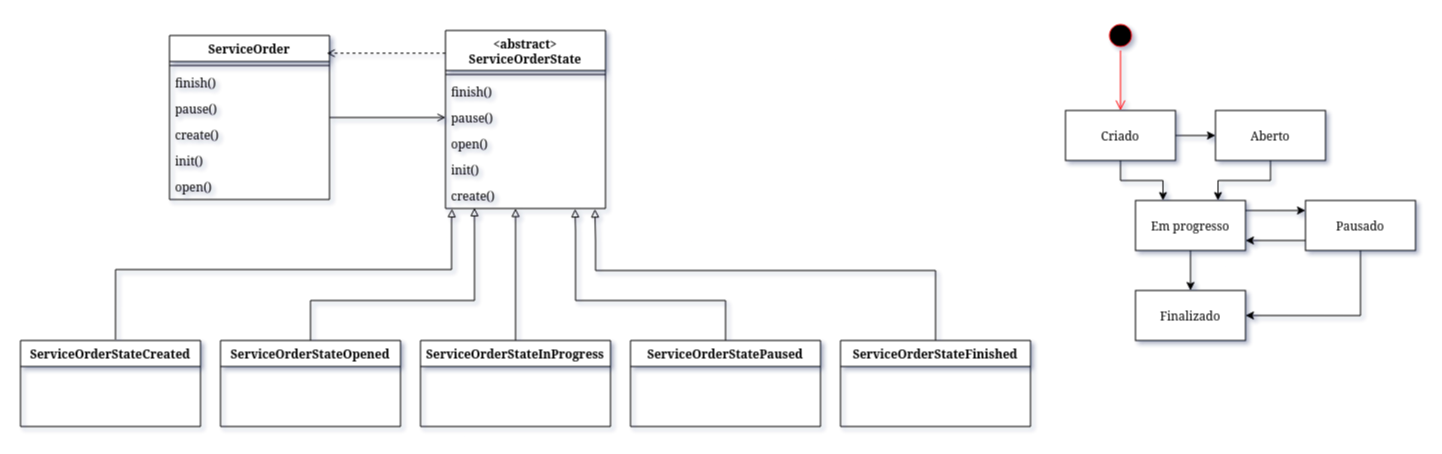
The draw.io diagram src/main/java/org/example/diagram/atv2.drawio.png in rhuannascimento/atv2-AA-Engenharia-de-Software, before a commit. Source tidied: cells renumbered, new cells last; positions are measured from the earlier drawing's top-left corner, leaving out a move shared by most shapes. Its diagram source:
```xml
<mxGraphModel>
  <root>
    <mxCell id="0" />
    <mxCell id="1" parent="0" />
    <mxCell id="2" value="&amp;lt;abstract&amp;gt;&lt;div&gt;ServiceOrderState&lt;/div&gt;&lt;div&gt;&lt;br&gt;&lt;/div&gt;" style="swimlane;fontStyle=1;align=center;verticalAlign=top;horizontal=1;startSize=40;whiteSpace=wrap;html=1;" parent="1" vertex="1">
      <mxGeometry x="425" y="10" width="160" height="178" as="geometry" />
    </mxCell>
    <mxCell id="3" style="line;strokeWidth=1;fillColor=none;align=left;verticalAlign=middle;spacingTop=-1;spacingLeft=3;spacingRight=3;labelPosition=right;strokeColor=inherit;" parent="2" vertex="1">
      <mxGeometry y="40" width="160" height="8" as="geometry" />
    </mxCell>
    <mxCell id="4" value="finish()" style="text;strokeColor=none;fillColor=none;align=left;verticalAlign=top;spacingLeft=4;spacingRight=4;overflow=hidden;whiteSpace=wrap;html=1;" parent="2" vertex="1">
      <mxGeometry y="48" width="160" height="26" as="geometry" />
    </mxCell>
    <mxCell id="5" value="pause()" style="text;strokeColor=none;fillColor=none;align=left;verticalAlign=top;spacingLeft=4;spacingRight=4;overflow=hidden;points=[[0,0.5],[1,0.5]];portConstraint=eastwest;whiteSpace=wrap;html=1;" parent="2" vertex="1">
      <mxGeometry y="74" width="160" height="26" as="geometry" />
    </mxCell>
    <mxCell id="6" value="open()" style="text;strokeColor=none;fillColor=none;align=left;verticalAlign=top;spacingLeft=4;spacingRight=4;overflow=hidden;whiteSpace=wrap;html=1;" parent="2" vertex="1">
      <mxGeometry y="100" width="160" height="26" as="geometry" />
    </mxCell>
    <mxCell id="7" value="init()" style="text;strokeColor=none;fillColor=none;align=left;verticalAlign=top;spacingLeft=4;spacingRight=4;overflow=hidden;whiteSpace=wrap;html=1;" parent="2" vertex="1">
      <mxGeometry y="126" width="160" height="26" as="geometry" />
    </mxCell>
    <mxCell id="8" value="create()" style="text;strokeColor=none;fillColor=none;align=left;verticalAlign=top;spacingLeft=4;spacingRight=4;overflow=hidden;points=[[0,0.5],[1,0.5]];portConstraint=eastwest;whiteSpace=wrap;html=1;" parent="2" vertex="1">
      <mxGeometry y="152" width="160" height="26" as="geometry" />
    </mxCell>
    <mxCell id="9" style="edgeStyle=orthogonalEdgeStyle;rounded=0;jettySize=auto;html=1;entryX=0;entryY=0.5;entryDx=0;entryDy=0;endArrow=open;endFill=0;" parent="1" edge="1" source="10" target="5">
      <mxGeometry relative="1" as="geometry" />
    </mxCell>
    <mxCell id="10" value="&lt;div&gt;ServiceOrder&lt;/div&gt;&lt;div&gt;&lt;br&gt;&lt;/div&gt;" style="swimlane;fontStyle=1;align=center;verticalAlign=top;horizontal=1;startSize=26;whiteSpace=wrap;html=1;" parent="1" vertex="1">
      <mxGeometry x="149" y="15" width="160" height="164" as="geometry" />
    </mxCell>
    <mxCell id="11" style="line;strokeWidth=1;fillColor=none;align=left;verticalAlign=middle;spacingTop=-1;spacingLeft=3;spacingRight=3;labelPosition=right;strokeColor=inherit;" parent="10" vertex="1">
      <mxGeometry y="26" width="160" height="8" as="geometry" />
    </mxCell>
    <mxCell id="12" value="finish()" style="text;strokeColor=none;fillColor=none;align=left;verticalAlign=top;spacingLeft=4;spacingRight=4;overflow=hidden;whiteSpace=wrap;html=1;" parent="10" vertex="1">
      <mxGeometry y="34" width="160" height="26" as="geometry" />
    </mxCell>
    <mxCell id="13" value="pause()" style="text;strokeColor=none;fillColor=none;align=left;verticalAlign=top;spacingLeft=4;spacingRight=4;overflow=hidden;whiteSpace=wrap;html=1;" parent="10" vertex="1">
      <mxGeometry y="60" width="160" height="26" as="geometry" />
    </mxCell>
    <mxCell id="14" value="create()" style="text;strokeColor=none;fillColor=none;align=left;verticalAlign=top;spacingLeft=4;spacingRight=4;overflow=hidden;whiteSpace=wrap;html=1;" parent="10" vertex="1">
      <mxGeometry y="86" width="160" height="26" as="geometry" />
    </mxCell>
    <mxCell id="15" value="init()" style="text;strokeColor=none;fillColor=none;align=left;verticalAlign=top;spacingLeft=4;spacingRight=4;overflow=hidden;whiteSpace=wrap;html=1;" parent="10" vertex="1">
      <mxGeometry y="112" width="160" height="26" as="geometry" />
    </mxCell>
    <mxCell id="16" value="open()" style="text;strokeColor=none;fillColor=none;align=left;verticalAlign=top;spacingLeft=4;spacingRight=4;overflow=hidden;whiteSpace=wrap;html=1;" parent="10" vertex="1">
      <mxGeometry y="138" width="160" height="26" as="geometry" />
    </mxCell>
    <mxCell id="17" value="&lt;div&gt;ServiceOrderStateCreated&lt;/div&gt;&lt;div&gt;&lt;br&gt;&lt;/div&gt;" style="swimlane;fontStyle=1;align=center;verticalAlign=top;horizontal=1;startSize=26;whiteSpace=wrap;html=1;" parent="1" vertex="1">
      <mxGeometry y="320" width="180" height="86" as="geometry" />
    </mxCell>
    <mxCell id="18" style="edgeStyle=orthogonalEdgeStyle;rounded=0;jettySize=auto;html=1;endArrow=block;endFill=0;entryX=0.181;entryY=0.973;entryDx=0;entryDy=0;entryPerimeter=0;" parent="1" edge="1" source="19" target="8">
      <mxGeometry relative="1" as="geometry">
        <Array as="points">
          <mxPoint x="290" y="280" />
          <mxPoint x="454" y="280" />
          <mxPoint x="454" y="220" />
        </Array>
      </mxGeometry>
    </mxCell>
    <mxCell id="19" value="&lt;div&gt;ServiceOrderStateOpened&lt;/div&gt;" style="swimlane;fontStyle=1;align=center;verticalAlign=top;horizontal=1;startSize=26;whiteSpace=wrap;html=1;" parent="1" vertex="1">
      <mxGeometry x="200" y="320" width="180" height="86" as="geometry" />
    </mxCell>
    <mxCell id="20" style="edgeStyle=orthogonalEdgeStyle;rounded=0;jettySize=auto;html=1;endArrow=block;endFill=0;" parent="1" edge="1" source="21" target="8">
      <mxGeometry relative="1" as="geometry">
        <Array as="points">
          <mxPoint x="495" y="230" />
          <mxPoint x="495" y="230" />
        </Array>
      </mxGeometry>
    </mxCell>
    <mxCell id="21" value="&lt;div&gt;ServiceOrderStateInProgress&lt;/div&gt;" style="swimlane;fontStyle=1;align=center;verticalAlign=top;horizontal=1;startSize=26;whiteSpace=wrap;html=1;" parent="1" vertex="1">
      <mxGeometry x="400" y="320" width="190" height="86" as="geometry" />
    </mxCell>
    <mxCell id="22" value="&lt;div&gt;ServiceOrderStatePaused&lt;/div&gt;" style="swimlane;fontStyle=1;align=center;verticalAlign=top;horizontal=1;startSize=26;whiteSpace=wrap;html=1;" parent="1" vertex="1">
      <mxGeometry x="610" y="320" width="190" height="86" as="geometry" />
    </mxCell>
    <mxCell id="23" value="&lt;div&gt;ServiceOrderStateFinished&lt;/div&gt;" style="swimlane;fontStyle=1;align=center;verticalAlign=top;horizontal=1;startSize=26;whiteSpace=wrap;html=1;" parent="1" vertex="1">
      <mxGeometry x="820" y="320" width="190" height="86" as="geometry" />
    </mxCell>
    <mxCell id="24" style="ellipse;html=1;shape=startState;fillColor=#000000;strokeColor=#ff0000;" parent="1" vertex="1">
      <mxGeometry x="1085" width="30" height="30" as="geometry" />
    </mxCell>
    <mxCell id="25" style="edgeStyle=orthogonalEdgeStyle;html=1;verticalAlign=bottom;endArrow=open;endSize=8;strokeColor=#ff0000;rounded=0;entryX=0.5;entryY=0;entryDx=0;entryDy=0;" parent="1" edge="1" source="24" target="28">
      <mxGeometry relative="1" as="geometry" />
    </mxCell>
    <mxCell id="26" style="edgeStyle=orthogonalEdgeStyle;rounded=0;jettySize=auto;html=1;entryX=0.25;entryY=0;entryDx=0;entryDy=0;" parent="1" edge="1" source="28" target="33">
      <mxGeometry relative="1" as="geometry" />
    </mxCell>
    <mxCell id="27" style="edgeStyle=orthogonalEdgeStyle;rounded=0;jettySize=auto;html=1;" parent="1" edge="1" source="28" target="30">
      <mxGeometry relative="1" as="geometry" />
    </mxCell>
    <mxCell id="28" value="Criado" style="html=1;whiteSpace=wrap;" parent="1" vertex="1">
      <mxGeometry x="1045" y="90" width="110" height="50" as="geometry" />
    </mxCell>
    <mxCell id="29" style="edgeStyle=orthogonalEdgeStyle;rounded=0;jettySize=auto;html=1;entryX=0.75;entryY=0;entryDx=0;entryDy=0;" parent="1" edge="1" source="30" target="33">
      <mxGeometry relative="1" as="geometry" />
    </mxCell>
    <mxCell id="30" value="Aberto" style="html=1;whiteSpace=wrap;" parent="1" vertex="1">
      <mxGeometry x="1195" y="90" width="110" height="50" as="geometry" />
    </mxCell>
    <mxCell id="31" style="edgeStyle=orthogonalEdgeStyle;rounded=0;jettySize=auto;html=1;" parent="1" edge="1" source="33" target="36">
      <mxGeometry relative="1" as="geometry">
        <Array as="points">
          <mxPoint x="1255" y="190" />
          <mxPoint x="1255" y="190" />
        </Array>
      </mxGeometry>
    </mxCell>
    <mxCell id="32" style="edgeStyle=orthogonalEdgeStyle;rounded=0;jettySize=auto;html=1;entryX=0.5;entryY=0;entryDx=0;entryDy=0;" parent="1" edge="1" source="33" target="37">
      <mxGeometry relative="1" as="geometry" />
    </mxCell>
    <mxCell id="33" value="Em progresso" style="html=1;whiteSpace=wrap;" parent="1" vertex="1">
      <mxGeometry x="1115" y="180" width="110" height="50" as="geometry" />
    </mxCell>
    <mxCell id="34" style="edgeStyle=orthogonalEdgeStyle;rounded=0;orthogonalLoop=1;jettySize=auto;html=1;" parent="1" edge="1">
      <mxGeometry relative="1" as="geometry">
        <mxPoint x="1285" y="220" as="sourcePoint" />
        <mxPoint x="1225" y="220" as="targetPoint" />
      </mxGeometry>
    </mxCell>
    <mxCell id="35" style="edgeStyle=orthogonalEdgeStyle;rounded=0;jettySize=auto;html=1;entryX=1;entryY=0.5;entryDx=0;entryDy=0;" parent="1" edge="1" source="36" target="37">
      <mxGeometry relative="1" as="geometry">
        <Array as="points">
          <mxPoint x="1340" y="295" />
        </Array>
      </mxGeometry>
    </mxCell>
    <mxCell id="36" value="Pausado" style="html=1;whiteSpace=wrap;" parent="1" vertex="1">
      <mxGeometry x="1285" y="180" width="110" height="50" as="geometry" />
    </mxCell>
    <mxCell id="37" value="Finalizado" style="html=1;whiteSpace=wrap;" parent="1" vertex="1">
      <mxGeometry x="1115" y="270" width="110" height="50" as="geometry" />
    </mxCell>
    <mxCell id="38" style="edgeStyle=orthogonalEdgeStyle;rounded=0;jettySize=auto;html=1;entryX=0.041;entryY=1.013;entryDx=0;entryDy=0;entryPerimeter=0;endArrow=block;endFill=0;" parent="1" edge="1" target="8">
      <mxGeometry relative="1" as="geometry">
        <mxPoint x="95" y="319" as="sourcePoint" />
        <Array as="points">
          <mxPoint x="95" y="249" />
          <mxPoint x="431" y="249" />
          <mxPoint x="431" y="200" />
          <mxPoint x="432" y="200" />
        </Array>
      </mxGeometry>
    </mxCell>
    <mxCell id="39" style="edgeStyle=orthogonalEdgeStyle;rounded=0;jettySize=auto;html=1;entryX=0.81;entryY=1.018;entryDx=0;entryDy=0;entryPerimeter=0;endArrow=block;endFill=0;" parent="1" edge="1" source="22" target="8">
      <mxGeometry relative="1" as="geometry">
        <Array as="points">
          <mxPoint x="705" y="280" />
          <mxPoint x="555" y="280" />
          <mxPoint x="555" y="210" />
        </Array>
      </mxGeometry>
    </mxCell>
    <mxCell id="40" style="edgeStyle=orthogonalEdgeStyle;rounded=0;jettySize=auto;html=1;entryX=0.934;entryY=1.023;entryDx=0;entryDy=0;entryPerimeter=0;endArrow=block;endFill=0;" parent="1" edge="1" source="23" target="8">
      <mxGeometry relative="1" as="geometry">
        <Array as="points">
          <mxPoint x="915" y="250" />
          <mxPoint x="575" y="250" />
          <mxPoint x="575" y="220" />
          <mxPoint x="574" y="220" />
        </Array>
      </mxGeometry>
    </mxCell>
    <mxCell id="41" style="edgeStyle=orthogonalEdgeStyle;rounded=0;jettySize=auto;html=1;entryX=0.983;entryY=0.108;entryDx=0;entryDy=0;entryPerimeter=0;dashed=1;endArrow=open;endFill=0;" parent="1" edge="1" source="2" target="10">
      <mxGeometry relative="1" as="geometry">
        <Array as="points">
          <mxPoint x="367" y="33" />
        </Array>
      </mxGeometry>
    </mxCell>
  </root>
</mxGraphModel>
```
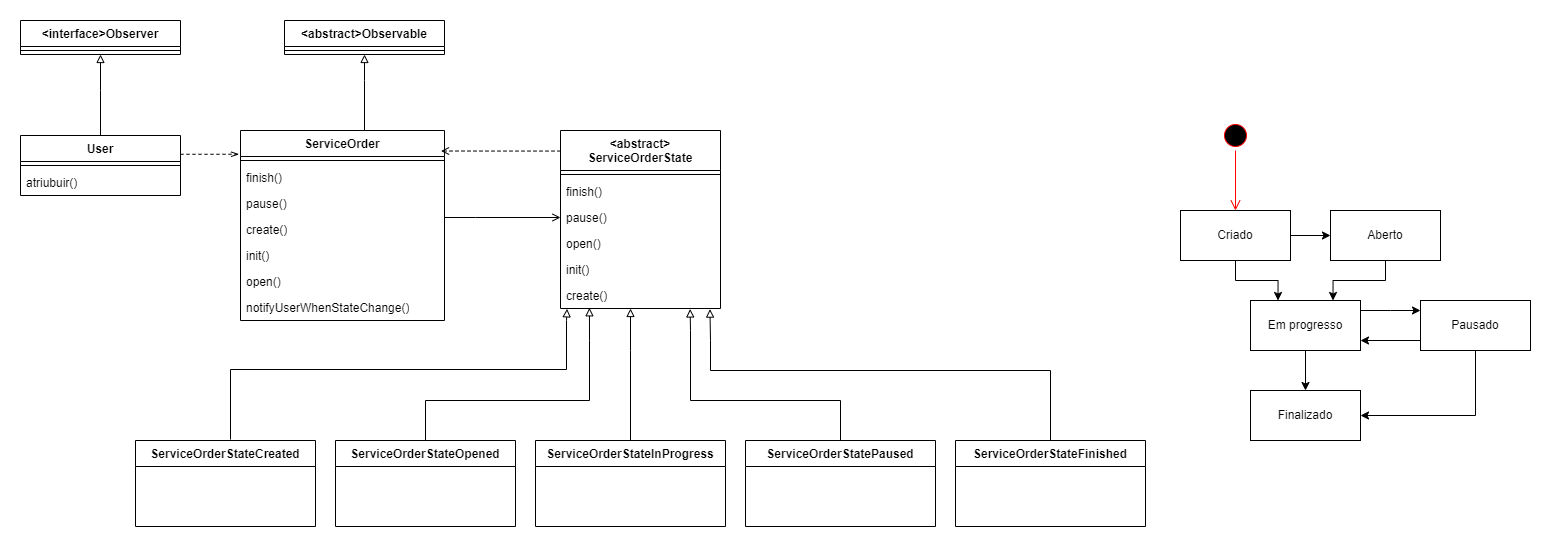
The same diagram one commit later.

Commit message:
FEAT: Observer implements

The edit, as a diff of the source:
```diff
@@ -24,28 +24,44 @@
       <mxGeometry y="152" width="160" height="26" as="geometry" />
     </mxCell>
     <mxCell id="9" style="edgeStyle=orthogonalEdgeStyle;rounded=0;jettySize=auto;html=1;entryX=0;entryY=0.5;entryDx=0;entryDy=0;endArrow=open;endFill=0;" parent="1" edge="1" source="10" target="5">
-      <mxGeometry relative="1" as="geometry" />
+      <mxGeometry relative="1" as="geometry">
+        <Array as="points">
+          <mxPoint x="340" y="97" />
+          <mxPoint x="340" y="97" />
+        </Array>
+      </mxGeometry>
     </mxCell>
+    <mxCell id="42" style="edgeStyle=orthogonalEdgeStyle;rounded=0;jettySize=auto;html=1;endArrow=block;endFill=0;" parent="1" edge="1" source="10" target="52">
+      <mxGeometry relative="1" as="geometry">
+        <Array as="points">
+          <mxPoint x="229" y="-40" />
+          <mxPoint x="229" y="-40" />
+        </Array>
+      </mxGeometry>
+    </mxCell>
     <mxCell id="10" value="&lt;div&gt;ServiceOrder&lt;/div&gt;&lt;div&gt;&lt;br&gt;&lt;/div&gt;" style="swimlane;fontStyle=1;align=center;verticalAlign=top;horizontal=1;startSize=26;whiteSpace=wrap;html=1;" parent="1" vertex="1">
-      <mxGeometry x="149" y="15" width="160" height="164" as="geometry" />
+      <mxGeometry x="105" y="10" width="204" height="190" as="geometry" />
     </mxCell>
     <mxCell id="11" style="line;strokeWidth=1;fillColor=none;align=left;verticalAlign=middle;spacingTop=-1;spacingLeft=3;spacingRight=3;labelPosition=right;strokeColor=inherit;" parent="10" vertex="1">
-      <mxGeometry y="26" width="160" height="8" as="geometry" />
+      <mxGeometry y="26" width="204" height="8" as="geometry" />
     </mxCell>
     <mxCell id="12" value="finish()" style="text;strokeColor=none;fillColor=none;align=left;verticalAlign=top;spacingLeft=4;spacingRight=4;overflow=hidden;whiteSpace=wrap;html=1;" parent="10" vertex="1">
-      <mxGeometry y="34" width="160" height="26" as="geometry" />
+      <mxGeometry y="34" width="204" height="26" as="geometry" />
     </mxCell>
     <mxCell id="13" value="pause()" style="text;strokeColor=none;fillColor=none;align=left;verticalAlign=top;spacingLeft=4;spacingRight=4;overflow=hidden;whiteSpace=wrap;html=1;" parent="10" vertex="1">
-      <mxGeometry y="60" width="160" height="26" as="geometry" />
+      <mxGeometry y="60" width="204" height="26" as="geometry" />
     </mxCell>
     <mxCell id="14" value="create()" style="text;strokeColor=none;fillColor=none;align=left;verticalAlign=top;spacingLeft=4;spacingRight=4;overflow=hidden;whiteSpace=wrap;html=1;" parent="10" vertex="1">
-      <mxGeometry y="86" width="160" height="26" as="geometry" />
+      <mxGeometry y="86" width="204" height="26" as="geometry" />
     </mxCell>
     <mxCell id="15" value="init()" style="text;strokeColor=none;fillColor=none;align=left;verticalAlign=top;spacingLeft=4;spacingRight=4;overflow=hidden;whiteSpace=wrap;html=1;" parent="10" vertex="1">
-      <mxGeometry y="112" width="160" height="26" as="geometry" />
+      <mxGeometry y="112" width="204" height="26" as="geometry" />
     </mxCell>
+    <mxCell id="43" value="open()" style="text;strokeColor=none;fillColor=none;align=left;verticalAlign=top;spacingLeft=4;spacingRight=4;overflow=hidden;whiteSpace=wrap;html=1;" parent="10" vertex="1">
+      <mxGeometry y="138" width="204" height="26" as="geometry" />
+    </mxCell>
-    <mxCell id="16" value="open()" style="text;strokeColor=none;fillColor=none;align=left;verticalAlign=top;spacingLeft=4;spacingRight=4;overflow=hidden;whiteSpace=wrap;html=1;" parent="10" vertex="1">
-      <mxGeometry y="138" width="160" height="26" as="geometry" />
+    <mxCell id="16" value="notifyUserWhenStateChange()" style="text;strokeColor=none;fillColor=none;align=left;verticalAlign=top;spacingLeft=4;spacingRight=4;overflow=hidden;whiteSpace=wrap;html=1;" parent="10" vertex="1">
+      <mxGeometry y="164" width="204" height="26" as="geometry" />
     </mxCell>
     <mxCell id="17" value="&lt;div&gt;ServiceOrderStateCreated&lt;/div&gt;&lt;div&gt;&lt;br&gt;&lt;/div&gt;" style="swimlane;fontStyle=1;align=center;verticalAlign=top;horizontal=1;startSize=26;whiteSpace=wrap;html=1;" parent="1" vertex="1">
       <mxGeometry y="320" width="180" height="86" as="geometry" />
@@ -166,9 +182,45 @@
     <mxCell id="41" style="edgeStyle=orthogonalEdgeStyle;rounded=0;jettySize=auto;html=1;entryX=0.983;entryY=0.108;entryDx=0;entryDy=0;entryPerimeter=0;dashed=1;endArrow=open;endFill=0;" parent="1" edge="1" source="2" target="10">
       <mxGeometry relative="1" as="geometry">
         <Array as="points">
-          <mxPoint x="367" y="33" />
+          <mxPoint x="367" y="30" />
         </Array>
       </mxGeometry>
     </mxCell>
+    <mxCell id="44" style="edgeStyle=orthogonalEdgeStyle;rounded=0;jettySize=auto;html=1;endArrow=block;endFill=0;" parent="1" edge="1" source="46" target="50">
+      <mxGeometry relative="1" as="geometry">
+        <Array as="points">
+          <mxPoint x="-35" y="-30" />
+          <mxPoint x="-35" y="-30" />
+        </Array>
+      </mxGeometry>
+    </mxCell>
+    <mxCell id="45" style="edgeStyle=orthogonalEdgeStyle;rounded=0;jettySize=auto;html=1;entryX=-0.007;entryY=0.125;entryDx=0;entryDy=0;entryPerimeter=0;endArrow=openThin;endFill=0;dashed=1;" parent="1" edge="1" source="46" target="10">
+      <mxGeometry relative="1" as="geometry">
+        <Array as="points">
+          <mxPoint x="75" y="34" />
+        </Array>
+      </mxGeometry>
+    </mxCell>
+    <mxCell id="46" value="&lt;div&gt;User&lt;/div&gt;" style="swimlane;fontStyle=1;align=center;verticalAlign=top;horizontal=1;startSize=26;whiteSpace=wrap;html=1;" parent="1" vertex="1">
+      <mxGeometry x="-115" y="15" width="160" height="60" as="geometry" />
+    </mxCell>
+    <mxCell id="47" style="line;strokeWidth=1;fillColor=none;align=left;verticalAlign=middle;spacingTop=-1;spacingLeft=3;spacingRight=3;labelPosition=right;strokeColor=inherit;" parent="46" vertex="1">
+      <mxGeometry y="26" width="160" height="8" as="geometry" />
+    </mxCell>
+    <mxCell id="48" value="atriubuir()" style="text;strokeColor=none;fillColor=none;align=left;verticalAlign=top;spacingLeft=4;spacingRight=4;overflow=hidden;whiteSpace=wrap;html=1;" parent="46" vertex="1">
+      <mxGeometry y="34" width="160" height="26" as="geometry" />
+    </mxCell>
+    <mxCell id="49" value="&lt;div&gt;&lt;span style=&quot;background-color: transparent; color: light-dark(rgb(0, 0, 0), rgb(255, 255, 255));&quot;&gt;&amp;lt;interface&amp;gt;&lt;/span&gt;Observer&lt;/div&gt;" style="swimlane;fontStyle=1;align=center;verticalAlign=top;horizontal=1;startSize=26;whiteSpace=wrap;html=1;" parent="1" vertex="1">
+      <mxGeometry x="-115" y="-100" width="160" height="34" as="geometry" />
+    </mxCell>
+    <mxCell id="50" style="line;strokeWidth=1;fillColor=none;align=left;verticalAlign=middle;spacingTop=-1;spacingLeft=3;spacingRight=3;labelPosition=right;points=[];portConstraint=eastwest;strokeColor=inherit;" parent="49" vertex="1">
+      <mxGeometry y="26" width="160" height="8" as="geometry" />
+    </mxCell>
+    <mxCell id="51" value="&lt;div&gt;&amp;lt;abstract&amp;gt;Observable&lt;/div&gt;" style="swimlane;fontStyle=1;align=center;verticalAlign=top;horizontal=1;startSize=26;whiteSpace=wrap;html=1;" parent="1" vertex="1">
+      <mxGeometry x="149" y="-100" width="160" height="34" as="geometry" />
+    </mxCell>
+    <mxCell id="52" style="line;strokeWidth=1;fillColor=none;align=left;verticalAlign=middle;spacingTop=-1;spacingLeft=3;spacingRight=3;labelPosition=right;points=[];portConstraint=eastwest;strokeColor=inherit;" parent="51" vertex="1">
+      <mxGeometry y="26" width="160" height="8" as="geometry" />
+    </mxCell>
   </root>
 </mxGraphModel>
```
